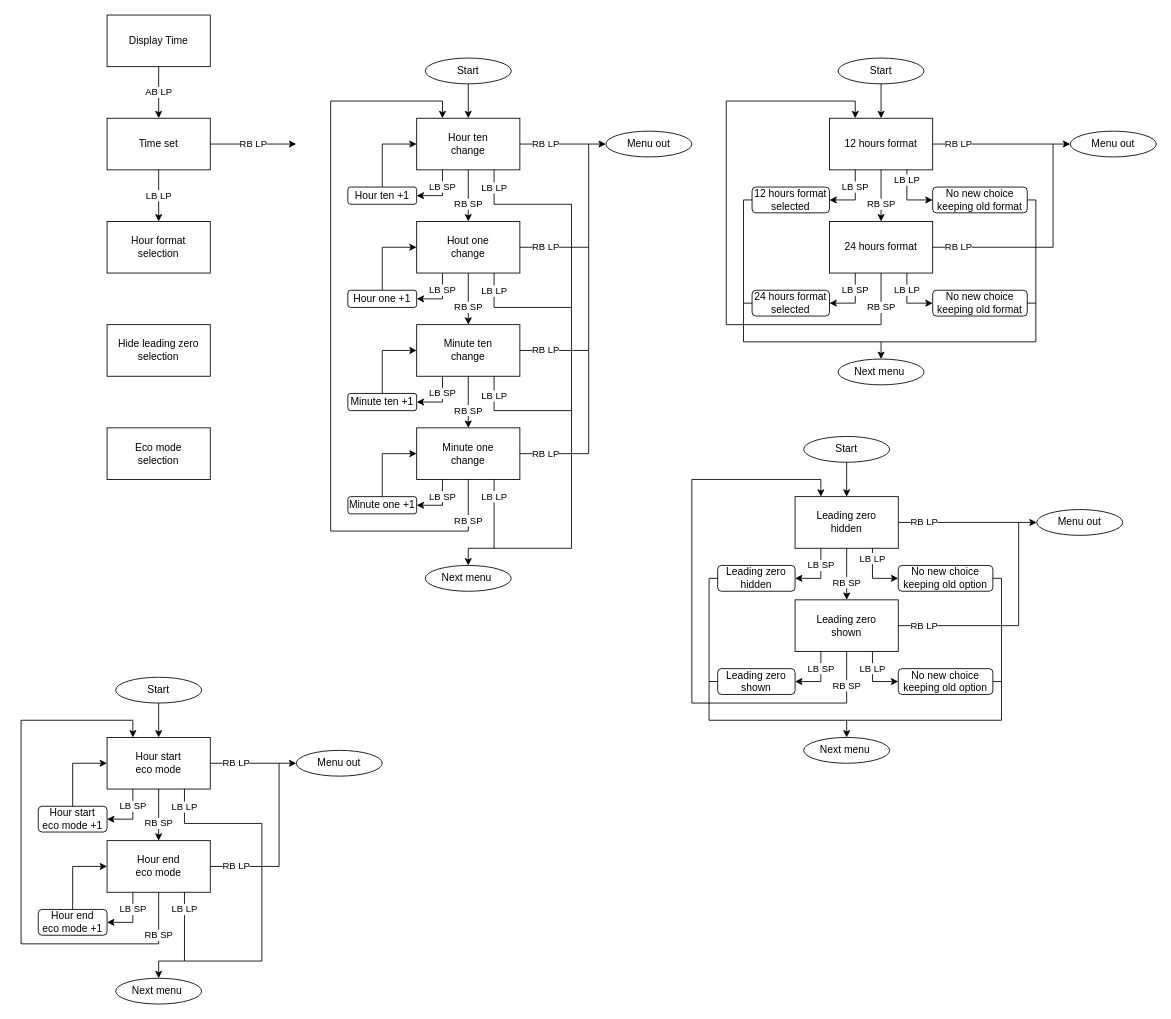
This is menu flowcharts.drawio from NathanVandeHel/Nixie-clock, a draw.io file, before an edit. Source tidied: cells renumbered, new cells numbered last; positions are measured from the earlier drawing's top-left corner, leaving out a move shared by most shapes. Both pictures are drawn from the tidied source at 86%, with x=0, y=0 at pixel (21, 15).
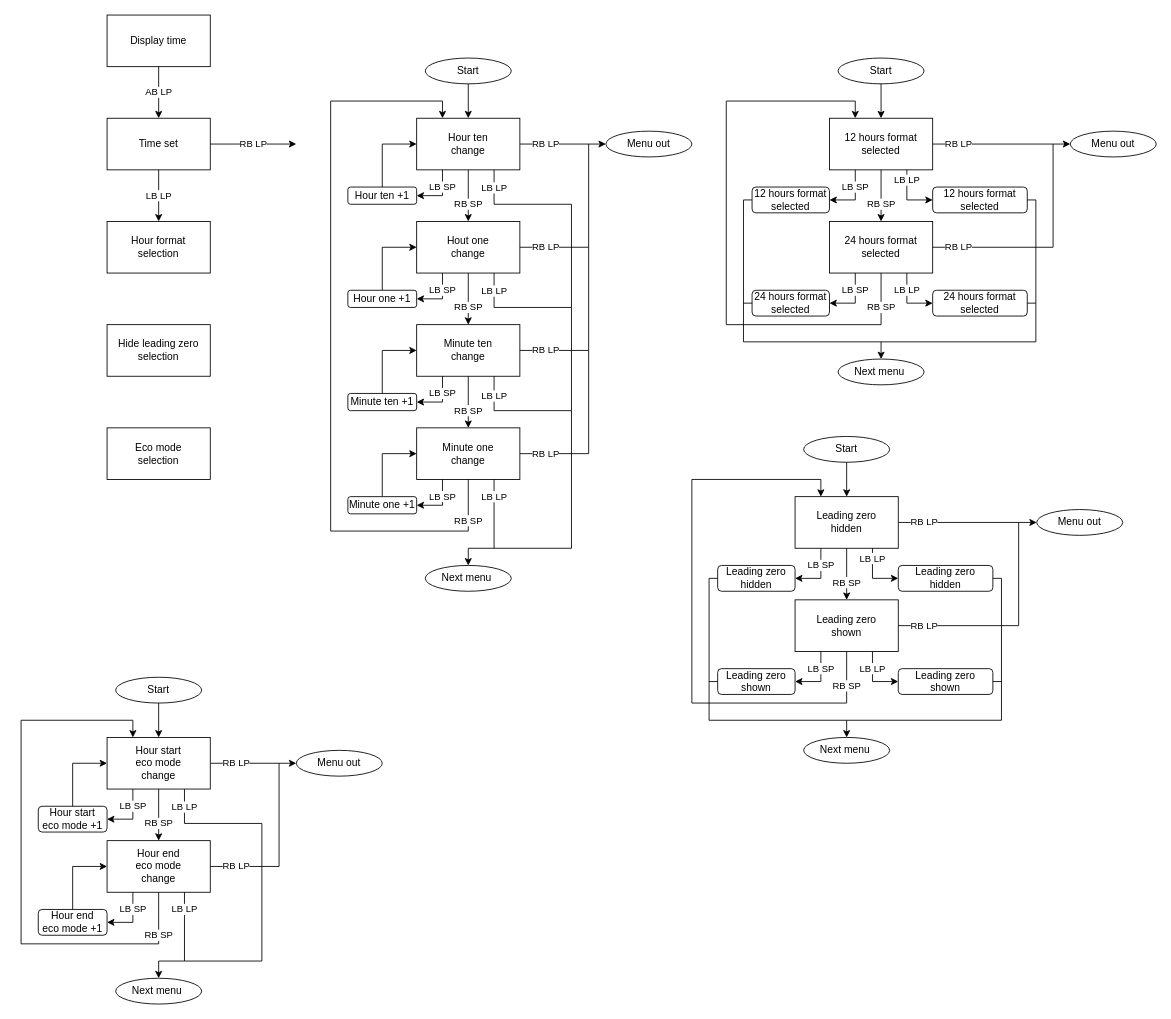
After the change.

The edit, as a diff of the source:
```diff
@@
-    <mxCell id="2" value="Display Time" style="rounded=0;whiteSpace=wrap;html=1;" parent="1" vertex="1">
+    <mxCell id="2" value="Display time" style="rounded=0;whiteSpace=wrap;html=1;" parent="1" vertex="1">
       <mxGeometry x="100" width="120" height="60" as="geometry" />
     </mxCell>
@@
-    <mxCell id="32" value="12 hours format" style="rounded=0;whiteSpace=wrap;html=1;" parent="1" vertex="1">
+    <mxCell id="32" value="12 hours format&lt;br&gt;selected" style="rounded=0;whiteSpace=wrap;html=1;" parent="1" vertex="1">
       <mxGeometry x="940" y="120" width="120" height="60" as="geometry" />
     </mxCell>
-    <mxCell id="33" value="24 hours format" style="rounded=0;whiteSpace=wrap;html=1;" parent="1" vertex="1">
+    <mxCell id="33" value="24 hours format&lt;br&gt;selected" style="rounded=0;whiteSpace=wrap;html=1;" parent="1" vertex="1">
       <mxGeometry x="940" y="240" width="120" height="60" as="geometry" />
     </mxCell>
@@
-    <mxCell id="40" value="No new choice&lt;br&gt;keeping old format" style="rounded=1;whiteSpace=wrap;html=1;" parent="1" vertex="1">
+    <mxCell id="40" value="12 hours format&lt;br&gt;selected" style="rounded=1;whiteSpace=wrap;html=1;" parent="1" vertex="1">
       <mxGeometry x="1060" y="200" width="110" height="30" as="geometry" />
     </mxCell>
@@
-    <mxCell id="44" value="No new choice&lt;br&gt;keeping old format" style="rounded=1;whiteSpace=wrap;html=1;" parent="1" vertex="1">
+    <mxCell id="44" value="24 hours format&lt;br&gt;selected" style="rounded=1;whiteSpace=wrap;html=1;" parent="1" vertex="1">
       <mxGeometry x="1060" y="320" width="110" height="30" as="geometry" />
     </mxCell>
@@
-    <mxCell id="73" value="No new choice&lt;br&gt;keeping old option" style="rounded=1;whiteSpace=wrap;html=1;" parent="1" vertex="1">
+    <mxCell id="73" value="Leading zero&lt;br&gt;hidden" style="rounded=1;whiteSpace=wrap;html=1;" parent="1" vertex="1">
       <mxGeometry x="1020" y="640" width="110" height="30" as="geometry" />
     </mxCell>
@@
-    <mxCell id="77" value="No new choice&lt;br&gt;keeping old option" style="rounded=1;whiteSpace=wrap;html=1;" parent="1" vertex="1">
+    <mxCell id="77" value="Leading zero&lt;br&gt;shown" style="rounded=1;whiteSpace=wrap;html=1;" parent="1" vertex="1">
       <mxGeometry x="1020" y="760" width="110" height="30" as="geometry" />
     </mxCell>
@@
-    <mxCell id="87" value="Hour start&lt;br&gt;eco mode" style="rounded=0;whiteSpace=wrap;html=1;" parent="1" vertex="1">
+    <mxCell id="87" value="Hour start&lt;br&gt;eco mode&lt;br&gt;change" style="rounded=0;whiteSpace=wrap;html=1;" parent="1" vertex="1">
       <mxGeometry x="100" y="840" width="120" height="60" as="geometry" />
     </mxCell>
@@
-    <mxCell id="92" value="Hour end&lt;br&gt;eco mode" style="rounded=0;whiteSpace=wrap;html=1;" parent="1" vertex="1">
+    <mxCell id="92" value="Hour end&lt;br&gt;eco mode&lt;br&gt;change" style="rounded=0;whiteSpace=wrap;html=1;" parent="1" vertex="1">
       <mxGeometry x="100" y="960" width="120" height="60" as="geometry" />
     </mxCell>
```
